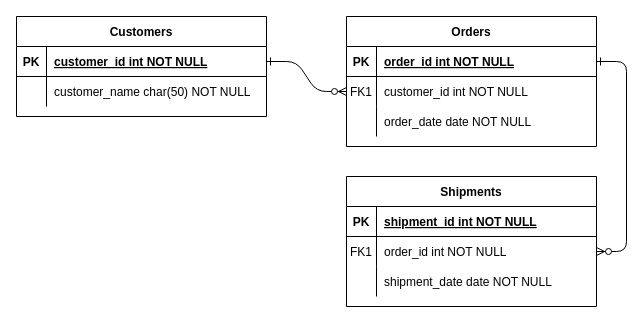
mphbo/the-greg-and-larry-show-api keeps this draw.io diagram as docs/Untitled Diagram.drawio. Above is the earlier version. Source tidied: cells renumbered, new cells numbered last; positions are measured from the earlier drawing's top-left corner, leaving out a move shared by most shapes. Both pictures are drawn from the tidied source at 100%, with x=0, y=0 at pixel (16, 16).
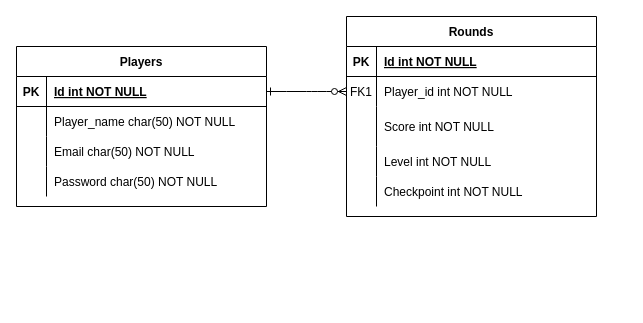
Above is the later version.

The change refers to these unchanged cells:
```xml
<mxCell id="5" style="shape=partialRectangle;fillColor=none;points=[[0,0.5],[1,0.5]];portConstraint=eastwest;top=0;left=0;right=0;bottom=1;" parent="4" vertex="1">
  <mxGeometry y="30" width="250" height="30" as="geometry" />
</mxCell>
<mxCell id="8" style="shape=partialRectangle;fillColor=none;points=[[0,0.5],[1,0.5]];portConstraint=eastwest;top=0;left=0;right=0;bottom=0;" parent="4" vertex="1">
  <mxGeometry y="60" width="250" height="30" as="geometry" />
</mxCell>
<mxCell id="25" style="shape=partialRectangle;fillColor=none;points=[[0,0.5],[1,0.5]];portConstraint=eastwest;top=0;left=0;right=0;bottom=1;" parent="24" vertex="1">
  <mxGeometry y="30" width="250" height="30" as="geometry" />
</mxCell>
<mxCell id="28" style="shape=partialRectangle;fillColor=none;top=0;left=0;right=0;bottom=0;" parent="24" vertex="1">
  <mxGeometry y="60" width="250" height="30" as="geometry" />
</mxCell>
```

Diff of the diagram source:
```diff
@@
-    <mxCell id="3" style="edgeStyle=entityRelationEdgeStyle;endArrow=ERzeroToMany;startArrow=ERone;endFill=1;startFill=0;" parent="1" edge="1" source="5" target="18">
-      <mxGeometry relative="1" as="geometry" />
-    </mxCell>
-    <mxCell id="4" value="Orders" style="shape=table;startSize=30;childLayout=tableLayout;rowLines=0;fontStyle=1;align=center;" parent="1" vertex="1">
-      <mxGeometry x="330" width="250" height="130" as="geometry" />
+    <mxCell id="4" value="Rounds" style="shape=table;startSize=30;childLayout=tableLayout;rowLines=0;fontStyle=1;align=center;" parent="1" vertex="1">
+      <mxGeometry x="330" width="250" height="200" as="geometry" />
     </mxCell>
@@
-    <mxCell id="7" value="order_id int NOT NULL " style="shape=partialRectangle;overflow=hidden;fillColor=none;top=0;left=0;bottom=0;right=0;align=left;spacingLeft=6;fontStyle=5;" parent="5" vertex="1">
+    <mxCell id="7" value="Id int NOT NULL " style="shape=partialRectangle;overflow=hidden;fillColor=none;top=0;left=0;bottom=0;right=0;align=left;spacingLeft=6;fontStyle=5;" parent="5" vertex="1">
       <mxGeometry x="30" width="220" height="30" as="geometry" />
     </mxCell>
@@
-    <mxCell id="10" value="customer_id int NOT NULL" style="shape=partialRectangle;overflow=hidden;fillColor=none;top=0;left=0;bottom=0;right=0;align=left;spacingLeft=6;" parent="8" vertex="1">
+    <mxCell id="10" value="Player_id int NOT NULL" style="shape=partialRectangle;overflow=hidden;fillColor=none;top=0;left=0;bottom=0;right=0;align=left;spacingLeft=6;" parent="8" vertex="1">
       <mxGeometry x="30" width="220" height="30" as="geometry" />
     </mxCell>
     <mxCell id="11" style="shape=partialRectangle;fillColor=none;top=0;left=0;right=0;bottom=0;" parent="4" vertex="1">
-      <mxGeometry y="90" width="250" height="30" as="geometry" />
+      <mxGeometry y="90" width="250" height="40" as="geometry" />
     </mxCell>
     <mxCell id="12" style="shape=partialRectangle;overflow=hidden;fillColor=none;top=0;left=0;bottom=0;right=0;" parent="11" vertex="1">
-      <mxGeometry width="30" height="30" as="geometry" />
+      <mxGeometry width="30" height="40" as="geometry" />
     </mxCell>
-    <mxCell id="13" value="order_date date NOT NULL" style="shape=partialRectangle;overflow=hidden;fillColor=none;top=0;left=0;bottom=0;right=0;align=left;spacingLeft=6;" parent="11" vertex="1">
-      <mxGeometry x="30" width="220" height="30" as="geometry" />
+    <mxCell id="13" value="Score int NOT NULL" style="shape=partialRectangle;overflow=hidden;fillColor=none;top=0;left=0;bottom=0;right=0;align=left;spacingLeft=6;" parent="11" vertex="1">
+      <mxGeometry x="30" width="220" height="40" as="geometry" />
     </mxCell>
-    <mxCell id="14" value="Shipments" style="shape=table;startSize=30;childLayout=tableLayout;rowLines=0;fontStyle=1;align=center;" parent="1" vertex="1">
-      <mxGeometry x="330" y="160" width="250" height="130" as="geometry" />
-    </mxCell>
-    <mxCell id="15" style="shape=partialRectangle;fillColor=none;top=0;left=0;right=0;bottom=1;" parent="14" vertex="1">
-      <mxGeometry y="30" width="250" height="30" as="geometry" />
-    </mxCell>
-    <mxCell id="16" value="PK" style="shape=partialRectangle;overflow=hidden;fillColor=none;top=0;left=0;bottom=0;right=0;fontStyle=1;" parent="15" vertex="1">
-      <mxGeometry width="30" height="30" as="geometry" />
-    </mxCell>
-    <mxCell id="17" value="shipment_id int NOT NULL " style="shape=partialRectangle;overflow=hidden;fillColor=none;top=0;left=0;bottom=0;right=0;align=left;spacingLeft=6;fontStyle=5;" parent="15" vertex="1">
-      <mxGeometry x="30" width="220" height="30" as="geometry" />
-    </mxCell>
-    <mxCell id="18" style="shape=partialRectangle;fillColor=none;points=[[0,0.5],[1,0.5]];portConstraint=eastwest;top=0;left=0;right=0;bottom=0;" parent="14" vertex="1">
-      <mxGeometry y="60" width="250" height="30" as="geometry" />
-    </mxCell>
-    <mxCell id="19" value="FK1" style="shape=partialRectangle;overflow=hidden;fillColor=none;top=0;left=0;bottom=0;right=0;" parent="18" vertex="1">
-      <mxGeometry width="30" height="30" as="geometry" />
-    </mxCell>
-    <mxCell id="20" value="order_id int NOT NULL" style="shape=partialRectangle;overflow=hidden;fillColor=none;top=0;left=0;bottom=0;right=0;align=left;spacingLeft=6;" parent="18" vertex="1">
-      <mxGeometry x="30" width="220" height="30" as="geometry" />
-    </mxCell>
-    <mxCell id="21" style="shape=partialRectangle;fillColor=none;top=0;left=0;right=0;bottom=0;" parent="14" vertex="1">
-      <mxGeometry y="90" width="250" height="30" as="geometry" />
-    </mxCell>
-    <mxCell id="22" style="shape=partialRectangle;overflow=hidden;fillColor=none;top=0;left=0;bottom=0;right=0;" parent="21" vertex="1">
-      <mxGeometry width="30" height="30" as="geometry" />
-    </mxCell>
-    <mxCell id="23" value="shipment_date date NOT NULL" style="shape=partialRectangle;overflow=hidden;fillColor=none;top=0;left=0;bottom=0;right=0;align=left;spacingLeft=6;" parent="21" vertex="1">
-      <mxGeometry x="30" width="220" height="30" as="geometry" />
-    </mxCell>
+    <mxCell id="31" style="shape=partialRectangle;fillColor=none;top=0;left=0;right=0;bottom=0;" parent="4" vertex="1">
+      <mxGeometry y="130" width="250" height="30" as="geometry" />
+    </mxCell>
+    <mxCell id="32" style="shape=partialRectangle;overflow=hidden;fillColor=none;top=0;left=0;bottom=0;right=0;" parent="31" vertex="1">
+      <mxGeometry width="30" height="30" as="geometry" />
+    </mxCell>
+    <mxCell id="33" value="Level int NOT NULL" style="shape=partialRectangle;overflow=hidden;fillColor=none;top=0;left=0;bottom=0;right=0;align=left;spacingLeft=6;" parent="31" vertex="1">
+      <mxGeometry x="30" width="220" height="30" as="geometry" />
+    </mxCell>
+    <mxCell id="34" style="shape=partialRectangle;fillColor=none;top=0;left=0;right=0;bottom=0;" parent="4" vertex="1">
+      <mxGeometry y="160" width="250" height="30" as="geometry" />
+    </mxCell>
+    <mxCell id="35" style="shape=partialRectangle;overflow=hidden;fillColor=none;top=0;left=0;bottom=0;right=0;" parent="34" vertex="1">
+      <mxGeometry width="30" height="30" as="geometry" />
+    </mxCell>
+    <mxCell id="36" value="Checkpoint int NOT NULL" style="shape=partialRectangle;overflow=hidden;fillColor=none;top=0;left=0;bottom=0;right=0;align=left;spacingLeft=6;" parent="34" vertex="1">
+      <mxGeometry x="30" width="220" height="30" as="geometry" />
+    </mxCell>
-    <mxCell id="24" value="Customers" style="shape=table;startSize=30;childLayout=tableLayout;rowLines=0;fontStyle=1;align=center;" parent="1" vertex="1">
-      <mxGeometry width="250" height="100" as="geometry" />
+    <mxCell id="24" value="Players" style="shape=table;startSize=30;childLayout=tableLayout;rowLines=0;fontStyle=1;align=center;" parent="1" vertex="1">
+      <mxGeometry y="30" width="250" height="160" as="geometry" />
     </mxCell>
@@
-    <mxCell id="27" value="customer_id int NOT NULL " style="shape=partialRectangle;overflow=hidden;fillColor=none;top=0;left=0;bottom=0;right=0;align=left;spacingLeft=6;fontStyle=5;" parent="25" vertex="1">
+    <mxCell id="27" value="Id int NOT NULL " style="shape=partialRectangle;overflow=hidden;fillColor=none;top=0;left=0;bottom=0;right=0;align=left;spacingLeft=6;fontStyle=5;" parent="25" vertex="1">
       <mxGeometry x="30" width="220" height="30" as="geometry" />
     </mxCell>
@@
-    <mxCell id="30" value="customer_name char(50) NOT NULL" style="shape=partialRectangle;overflow=hidden;fillColor=none;top=0;left=0;bottom=0;right=0;align=left;spacingLeft=6;" parent="28" vertex="1">
+    <mxCell id="30" value="Player_name char(50) NOT NULL" style="shape=partialRectangle;overflow=hidden;fillColor=none;top=0;left=0;bottom=0;right=0;align=left;spacingLeft=6;" parent="28" vertex="1">
       <mxGeometry x="30" width="220" height="30" as="geometry" />
     </mxCell>
+    <mxCell id="21" style="shape=partialRectangle;fillColor=none;top=0;left=0;right=0;bottom=0;" parent="24" vertex="1">
+      <mxGeometry y="90" width="250" height="30" as="geometry" />
+    </mxCell>
+    <mxCell id="37" style="shape=partialRectangle;overflow=hidden;fillColor=none;top=0;left=0;bottom=0;right=0;" parent="21" vertex="1">
+      <mxGeometry width="30" height="30" as="geometry" />
+    </mxCell>
+    <mxCell id="38" value="Email char(50) NOT NULL" style="shape=partialRectangle;overflow=hidden;fillColor=none;top=0;left=0;bottom=0;right=0;align=left;spacingLeft=6;" parent="21" vertex="1">
+      <mxGeometry x="30" width="220" height="30" as="geometry" />
+    </mxCell>
+    <mxCell id="39" style="shape=partialRectangle;fillColor=none;top=0;left=0;right=0;bottom=0;" parent="24" vertex="1">
+      <mxGeometry y="120" width="250" height="30" as="geometry" />
+    </mxCell>
+    <mxCell id="40" style="shape=partialRectangle;overflow=hidden;fillColor=none;top=0;left=0;bottom=0;right=0;" parent="39" vertex="1">
+      <mxGeometry width="30" height="30" as="geometry" />
+    </mxCell>
+    <mxCell id="41" value="Password char(50) NOT NULL" style="shape=partialRectangle;overflow=hidden;fillColor=none;top=0;left=0;bottom=0;right=0;align=left;spacingLeft=6;" parent="39" vertex="1">
+      <mxGeometry x="30" width="220" height="30" as="geometry" />
+    </mxCell>
```
